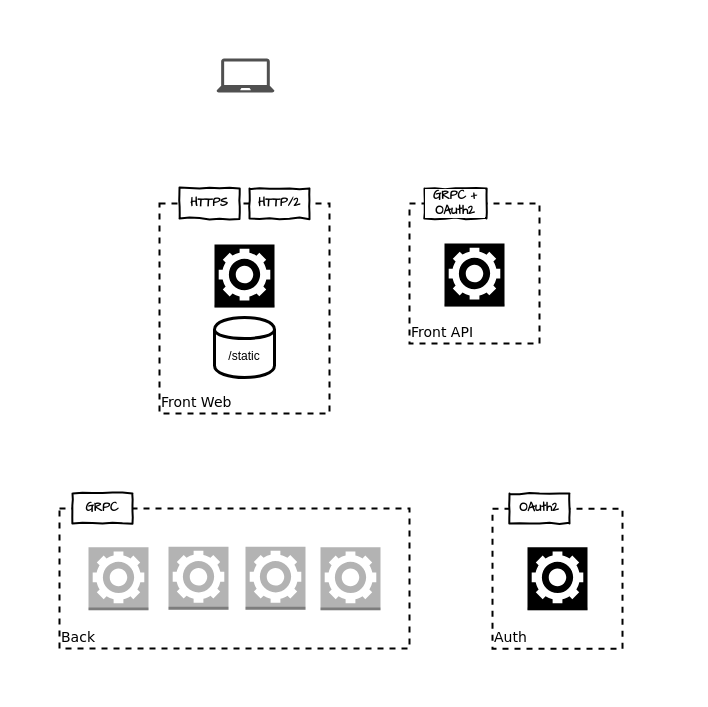
Before: docs/system-architecture.drawio in wahello/hegemonie, a draw.io diagram. Source tidied: cells renumbered, new cells numbered last; positions are measured from the earlier drawing's top-left corner, leaving out a move shared by most shapes. Both pictures are drawn from the tidied source at 100%, with x=0, y=0 at pixel (59, 58).
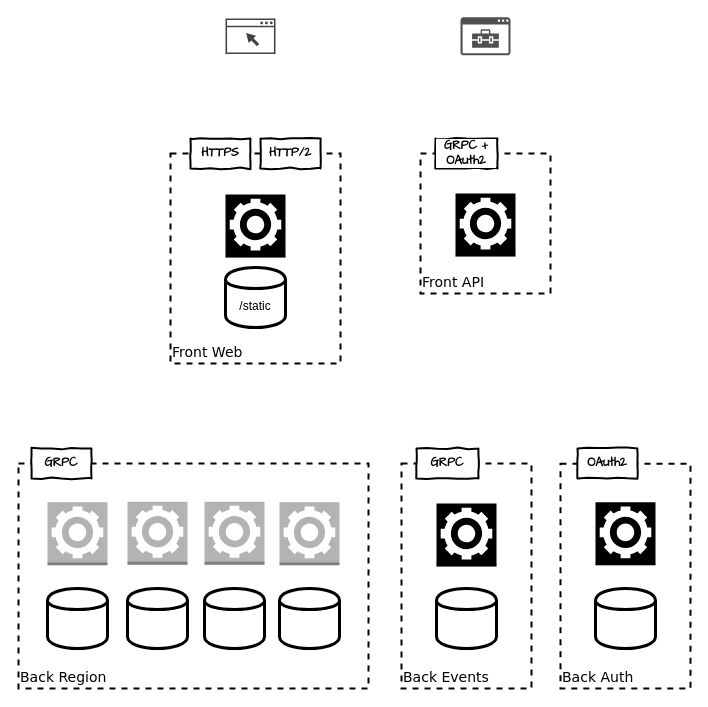
Above is the later version.

Commit message (it also covers changes not shown here):
Update the arch. diagram

The edit, as a diff of the source:
```diff
@@
+    <mxCell id="4" value="&lt;div&gt;Back Region&lt;/div&gt;" style="rounded=0;whiteSpace=wrap;html=1;dashed=1;verticalAlign=bottom;align=left;strokeWidth=2;fontSize=14;fontFamily=Verdana;" parent="1" vertex="1">
+      <mxGeometry x="-41" y="405" width="350" height="225" as="geometry" />
+    </mxCell>
     <mxCell id="2" value="Front API" style="rounded=0;whiteSpace=wrap;html=1;dashed=1;verticalAlign=bottom;align=left;strokeWidth=2;fontSize=14;fontFamily=Verdana;" parent="1" vertex="1">
-      <mxGeometry x="350" y="145" width="130" height="140" as="geometry" />
+      <mxGeometry x="361" y="95" width="130" height="140" as="geometry" />
     </mxCell>
     <mxCell id="3" value="Front Web" style="rounded=0;whiteSpace=wrap;html=1;dashed=1;verticalAlign=bottom;align=left;strokeWidth=2;fontSize=14;fontFamily=Verdana;" parent="1" vertex="1">
-      <mxGeometry x="100" y="145" width="170" height="210" as="geometry" />
+      <mxGeometry x="111" y="95" width="170" height="210" as="geometry" />
     </mxCell>
-    <mxCell id="4" value="Back" style="rounded=0;whiteSpace=wrap;html=1;dashed=1;verticalAlign=bottom;align=left;strokeWidth=2;fontSize=14;fontFamily=Verdana;" parent="1" vertex="1">
-      <mxGeometry y="450" width="350" height="140" as="geometry" />
-    </mxCell>
-    <mxCell id="5" value="Auth" style="rounded=0;whiteSpace=wrap;html=1;dashed=1;align=left;verticalAlign=bottom;strokeWidth=2;fontSize=14;fontFamily=Verdana;" parent="1" vertex="1">
-      <mxGeometry x="433" y="450.2" width="130" height="140" as="geometry" />
+    <mxCell id="5" value="Back Auth" style="rounded=0;whiteSpace=wrap;html=1;dashed=1;align=left;verticalAlign=bottom;strokeWidth=2;fontSize=14;fontFamily=Verdana;" parent="1" vertex="1">
+      <mxGeometry x="501" y="405.2" width="130" height="224.8" as="geometry" />
     </mxCell>
-    <mxCell id="6" style="shadow=0;dashed=0;html=1;strokeColor=none;fillColor=#505050;labelPosition=center;verticalLabelPosition=bottom;verticalAlign=top;align=center;shape=mxgraph.office.devices.laptop;labelBackgroundColor=#ffffff;" parent="1" vertex="1">
-      <mxGeometry x="157" width="58" height="34" as="geometry" />
-    </mxCell>
+    <mxCell id="20" value="Back Events" style="rounded=0;whiteSpace=wrap;html=1;dashed=1;verticalAlign=bottom;align=left;strokeWidth=2;fontSize=14;fontFamily=Verdana;" parent="1" vertex="1">
+      <mxGeometry x="342" y="405" width="130" height="225" as="geometry" />
+    </mxCell>
+    <mxCell id="21" style="shape=cylinder;whiteSpace=wrap;html=1;boundedLbl=1;backgroundOutline=1;labelBackgroundColor=#FFFFFF;strokeColor=#000000;fillColor=#FFFFFF;fontColor=#000000;align=center;strokeWidth=3;" parent="1" vertex="1">
+      <mxGeometry x="68" y="530" width="60" height="60" as="geometry" />
+    </mxCell>
+    <mxCell id="22" style="shape=cylinder;whiteSpace=wrap;html=1;boundedLbl=1;backgroundOutline=1;labelBackgroundColor=#FFFFFF;strokeColor=#000000;fillColor=#FFFFFF;fontColor=#000000;align=center;strokeWidth=3;" parent="1" vertex="1">
+      <mxGeometry x="220" y="530" width="60" height="60" as="geometry" />
+    </mxCell>
     <mxCell id="7" style="outlineConnect=0;dashed=0;verticalLabelPosition=bottom;verticalAlign=top;align=center;html=1;shape=mxgraph.aws3.worker;fillColor=#B3B3B3;gradientColor=none;strokeColor=#000000;fontColor=#B3B3B3;" parent="1" vertex="1">
-      <mxGeometry x="29" y="488.8" width="60" height="63" as="geometry" />
+      <mxGeometry x="-12" y="443.8" width="60" height="63" as="geometry" />
     </mxCell>
     <mxCell id="8" style="dashed=0;verticalLabelPosition=bottom;verticalAlign=top;align=center;html=1;shape=mxgraph.aws3.worker;fillColor=#B3B3B3;gradientColor=none;strokeColor=#000000;fontColor=#B3B3B3;" parent="1" vertex="1">
-      <mxGeometry x="109" y="488.2" width="60" height="63" as="geometry" />
+      <mxGeometry x="68" y="443.2" width="60" height="63" as="geometry" />
     </mxCell>
     <mxCell id="9" style="dashed=0;verticalLabelPosition=bottom;verticalAlign=top;align=center;html=1;shape=mxgraph.aws3.worker;fillColor=#B3B3B3;gradientColor=none;strokeColor=#000000;fontColor=#B3B3B3;" parent="1" vertex="1">
-      <mxGeometry x="186" y="488.2" width="60" height="63" as="geometry" />
+      <mxGeometry x="145" y="443.2" width="60" height="63" as="geometry" />
     </mxCell>
     <mxCell id="10" style="dashed=0;verticalLabelPosition=bottom;verticalAlign=top;align=center;html=1;shape=mxgraph.aws3.worker;fillColor=#B3B3B3;gradientColor=none;strokeColor=#000000;fontColor=#B3B3B3;" parent="1" vertex="1">
-      <mxGeometry x="261" y="488.8" width="60" height="63" as="geometry" />
+      <mxGeometry x="220" y="443.8" width="60" height="63" as="geometry" />
     </mxCell>
     <mxCell id="11" style="dashed=0;verticalLabelPosition=bottom;verticalAlign=top;align=center;html=1;shape=mxgraph.aws3.worker;fillColor=#000000;gradientColor=none;strokeColor=#000000;" parent="1" vertex="1">
-      <mxGeometry x="468" y="488.8" width="60" height="63" as="geometry" />
+      <mxGeometry x="536" y="443.8" width="60" height="63" as="geometry" />
     </mxCell>
     <mxCell id="12" value="/static" style="shape=cylinder;whiteSpace=wrap;html=1;boundedLbl=1;backgroundOutline=1;labelBackgroundColor=#FFFFFF;strokeColor=#000000;fillColor=#FFFFFF;fontColor=#000000;align=center;strokeWidth=3;" parent="1" vertex="1">
-      <mxGeometry x="155" y="259" width="60" height="60" as="geometry" />
+      <mxGeometry x="166" y="209" width="60" height="60" as="geometry" />
     </mxCell>
     <mxCell id="13" style="dashed=0;verticalLabelPosition=bottom;verticalAlign=top;align=center;html=1;shape=mxgraph.aws3.worker;fillColor=#000000;gradientColor=none;strokeColor=#000000;" parent="1" vertex="1">
-      <mxGeometry x="385" y="185" width="60" height="63" as="geometry" />
+      <mxGeometry x="396" y="135" width="60" height="63" as="geometry" />
     </mxCell>
     <mxCell id="14" value="HTTPS" style="html=1;whiteSpace=wrap;comic=1;strokeWidth=2;fontFamily=Comic Sans MS;fontStyle=1;labelBackgroundColor=#FFFFFF;fillColor=#FFFFFF;align=center;" parent="1" vertex="1">
-      <mxGeometry x="120" y="130" width="60" height="30" as="geometry" />
+      <mxGeometry x="131" y="80" width="60" height="30" as="geometry" />
     </mxCell>
     <mxCell id="15" value="HTTP/2" style="html=1;whiteSpace=wrap;comic=1;strokeWidth=2;fontFamily=Comic Sans MS;fontStyle=1;labelBackgroundColor=#FFFFFF;fillColor=#FFFFFF;align=center;" parent="1" vertex="1">
-      <mxGeometry x="190" y="130" width="60" height="30" as="geometry" />
+      <mxGeometry x="201" y="80" width="60" height="30" as="geometry" />
     </mxCell>
     <mxCell id="16" value="GRPC + OAuth2" style="html=1;whiteSpace=wrap;comic=1;strokeWidth=2;fontFamily=Comic Sans MS;fontStyle=1;labelBackgroundColor=#FFFFFF;fillColor=#FFFFFF;align=center;" parent="1" vertex="1">
-      <mxGeometry x="365" y="130" width="62" height="30" as="geometry" />
+      <mxGeometry x="376" y="80" width="62" height="30" as="geometry" />
     </mxCell>
     <mxCell id="17" value="OAuth2" style="html=1;whiteSpace=wrap;comic=1;strokeWidth=2;fontFamily=Comic Sans MS;fontStyle=1;labelBackgroundColor=#FFFFFF;fillColor=#FFFFFF;align=center;" parent="1" vertex="1">
-      <mxGeometry x="450" y="435" width="60" height="30" as="geometry" />
+      <mxGeometry x="518" y="390" width="60" height="30" as="geometry" />
     </mxCell>
     <mxCell id="18" value="GRPC" style="html=1;whiteSpace=wrap;comic=1;strokeWidth=2;fontFamily=Comic Sans MS;fontStyle=1;labelBackgroundColor=#FFFFFF;fillColor=#FFFFFF;align=center;" parent="1" vertex="1">
-      <mxGeometry x="13" y="435" width="60" height="30" as="geometry" />
+      <mxGeometry x="-28" y="390" width="60" height="30" as="geometry" />
     </mxCell>
     <mxCell id="19" style="dashed=0;verticalLabelPosition=bottom;verticalAlign=top;align=center;html=1;shape=mxgraph.aws3.worker;fillColor=#000000;gradientColor=none;strokeColor=#000000;" parent="1" vertex="1">
-      <mxGeometry x="155" y="186" width="60" height="63" as="geometry" />
+      <mxGeometry x="166" y="136" width="60" height="63" as="geometry" />
     </mxCell>
+    <mxCell id="23" style="dashed=0;verticalLabelPosition=bottom;verticalAlign=top;align=center;html=1;shape=mxgraph.aws3.worker;fillColor=#000000;gradientColor=none;strokeColor=#000000;" parent="1" vertex="1">
+      <mxGeometry x="377" y="445" width="60" height="63" as="geometry" />
+    </mxCell>
+    <mxCell id="24" value="GRPC" style="html=1;whiteSpace=wrap;comic=1;strokeWidth=2;fontFamily=Comic Sans MS;fontStyle=1;labelBackgroundColor=#FFFFFF;fillColor=#FFFFFF;align=center;" parent="1" vertex="1">
+      <mxGeometry x="357" y="390" width="62" height="30" as="geometry" />
+    </mxCell>
+    <mxCell id="25" style="shadow=0;dashed=0;html=1;strokeColor=none;fillColor=#434445;labelPosition=center;verticalLabelPosition=bottom;verticalAlign=top;align=center;shape=mxgraph.vvd.web_browser;labelBackgroundColor=#ffffff;fontFamily=Verdana;fontSize=14;fontColor=#000000;" parent="1" vertex="1">
+      <mxGeometry x="166" y="-40" width="50" height="35.5" as="geometry" />
+    </mxCell>
+    <mxCell id="26" style="shadow=0;dashed=0;html=1;strokeColor=none;labelPosition=center;verticalLabelPosition=bottom;verticalAlign=top;align=center;fillColor=#505050;shape=mxgraph.mscae.intune.intune_managed_app;labelBackgroundColor=#ffffff;fontFamily=Verdana;fontSize=14;fontColor=#000000;" parent="1" vertex="1">
+      <mxGeometry x="401" y="-41.2" width="50" height="38" as="geometry" />
+    </mxCell>
+    <mxCell id="27" style="shape=cylinder;whiteSpace=wrap;html=1;boundedLbl=1;backgroundOutline=1;labelBackgroundColor=#FFFFFF;strokeColor=#000000;fillColor=#FFFFFF;fontColor=#000000;align=center;strokeWidth=3;" parent="1" vertex="1">
+      <mxGeometry x="-12" y="530" width="60" height="60" as="geometry" />
+    </mxCell>
+    <mxCell id="28" style="shape=cylinder;whiteSpace=wrap;html=1;boundedLbl=1;backgroundOutline=1;labelBackgroundColor=#FFFFFF;strokeColor=#000000;fillColor=#FFFFFF;fontColor=#000000;align=center;strokeWidth=3;" parent="1" vertex="1">
+      <mxGeometry x="145" y="530" width="60" height="60" as="geometry" />
+    </mxCell>
+    <mxCell id="29" style="shape=cylinder;whiteSpace=wrap;html=1;boundedLbl=1;backgroundOutline=1;labelBackgroundColor=#FFFFFF;strokeColor=#000000;fillColor=#FFFFFF;fontColor=#000000;align=center;strokeWidth=3;" parent="1" vertex="1">
+      <mxGeometry x="377" y="530" width="60" height="60" as="geometry" />
+    </mxCell>
+    <mxCell id="30" style="shape=cylinder;whiteSpace=wrap;html=1;boundedLbl=1;backgroundOutline=1;labelBackgroundColor=#FFFFFF;strokeColor=#000000;fillColor=#FFFFFF;fontColor=#000000;align=center;strokeWidth=3;" parent="1" vertex="1">
+      <mxGeometry x="536" y="530" width="60" height="60" as="geometry" />
+    </mxCell>
+    <mxCell id="31" style="edgeStyle=orthogonalEdgeStyle;rounded=0;orthogonalLoop=1;jettySize=auto;html=1;exitX=0.5;exitY=1;exitDx=0;exitDy=0;exitPerimeter=0;fontFamily=Verdana;fontSize=14;fontColor=#000000;" parent="1" edge="1" source="7" target="7">
+      <mxGeometry relative="1" as="geometry" />
+    </mxCell>
```
